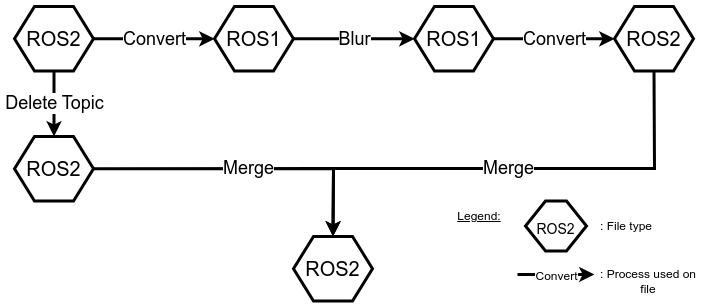
Earlier version of the draw.io export documentation/ros2_process.drawio.png (franzele21/ros_blur). Source tidied: cells renumbered, new cells last; positions are measured from the earlier drawing's top-left corner, leaving out a move shared by most shapes. The source it was exported from:
```xml
<mxGraphModel>
  <root>
    <mxCell id="0" />
    <mxCell id="1" parent="0" />
    <mxCell id="2" value="ROS2" style="shape=hexagon;perimeter=hexagonPerimeter2;whiteSpace=wrap;html=1;fixedSize=1;fontSize=20;strokeWidth=3;fontColor=#000000;strokeColor=#000000;" parent="1" vertex="1">
      <mxGeometry width="79" height="64.6" as="geometry" />
    </mxCell>
    <mxCell id="3" style="endArrow=classic;html=1;rounded=0;entryX=0;entryY=0.5;entryDx=0;entryDy=0;exitX=1;exitY=0.5;exitDx=0;exitDy=0;fontSize=18;strokeWidth=3;fontColor=#000000;strokeColor=#000000;" parent="1" edge="1" source="2" target="5">
      <mxGeometry relative="1" as="geometry" />
    </mxCell>
    <mxCell id="4" value="Convert" style="edgeLabel;html=1;align=center;verticalAlign=middle;fontSize=18;fontColor=#000000;" parent="3" vertex="1">
      <mxGeometry relative="1" as="geometry" />
    </mxCell>
    <mxCell id="5" value="ROS1" style="shape=hexagon;perimeter=hexagonPerimeter2;whiteSpace=wrap;html=1;fixedSize=1;fontSize=20;strokeWidth=3;fontColor=#000000;strokeColor=#000000;" parent="1" vertex="1">
      <mxGeometry x="200" width="79" height="64.6" as="geometry" />
    </mxCell>
    <mxCell id="6" value="ROS1" style="shape=hexagon;perimeter=hexagonPerimeter2;whiteSpace=wrap;html=1;fixedSize=1;fontSize=20;strokeWidth=3;fontColor=#000000;strokeColor=#000000;" parent="1" vertex="1">
      <mxGeometry x="400" width="79" height="64.6" as="geometry" />
    </mxCell>
    <mxCell id="7" value="ROS2" style="shape=hexagon;perimeter=hexagonPerimeter2;whiteSpace=wrap;html=1;fixedSize=1;fontSize=20;strokeWidth=3;fontColor=#000000;strokeColor=#000000;" parent="1" vertex="1">
      <mxGeometry x="600" width="79" height="64.6" as="geometry" />
    </mxCell>
    <mxCell id="8" style="endArrow=classic;html=1;rounded=0;exitX=1;exitY=0.5;exitDx=0;exitDy=0;entryX=0;entryY=0.5;entryDx=0;entryDy=0;fontSize=18;strokeWidth=3;fontColor=#000000;strokeColor=#000000;" parent="1" edge="1" source="5" target="6">
      <mxGeometry relative="1" as="geometry" />
    </mxCell>
    <mxCell id="9" value="Blur" style="edgeLabel;html=1;align=center;verticalAlign=middle;fontSize=18;fontColor=#000000;" parent="8" vertex="1">
      <mxGeometry relative="1" as="geometry" />
    </mxCell>
    <mxCell id="10" style="endArrow=classic;html=1;rounded=0;exitX=1;exitY=0.5;exitDx=0;exitDy=0;entryX=0;entryY=0.5;entryDx=0;entryDy=0;fontSize=18;strokeWidth=3;fontColor=#000000;strokeColor=#000000;" parent="1" edge="1" source="6" target="7">
      <mxGeometry relative="1" as="geometry" />
    </mxCell>
    <mxCell id="11" value="Convert" style="edgeLabel;html=1;align=center;verticalAlign=middle;fontSize=18;fontColor=#000000;" parent="10" vertex="1">
      <mxGeometry relative="1" as="geometry" />
    </mxCell>
    <mxCell id="12" value="ROS2" style="shape=hexagon;perimeter=hexagonPerimeter2;whiteSpace=wrap;html=1;fixedSize=1;fontSize=20;strokeWidth=3;fontColor=#000000;strokeColor=#000000;" parent="1" vertex="1">
      <mxGeometry x="279" y="230" width="79" height="64.6" as="geometry" />
    </mxCell>
    <mxCell id="13" style="endArrow=classic;html=1;rounded=0;exitX=0.5;exitY=1;exitDx=0;exitDy=0;entryX=0.5;entryY=0;entryDx=0;entryDy=0;fontSize=18;strokeWidth=3;fontColor=#000000;strokeColor=#000000;" parent="1" edge="1" source="7" target="12">
      <mxGeometry relative="1" as="geometry">
        <Array as="points">
          <mxPoint x="640" y="162" />
          <mxPoint x="319" y="162" />
        </Array>
      </mxGeometry>
    </mxCell>
    <mxCell id="14" value="Merge" style="edgeLabel;html=1;align=center;verticalAlign=middle;fontSize=18;fontColor=#000000;" parent="13" vertex="1">
      <mxGeometry relative="1" as="geometry" />
    </mxCell>
    <mxCell id="15" style="endArrow=classic;html=1;rounded=0;exitX=0.5;exitY=1;exitDx=0;exitDy=0;entryX=0.5;entryY=0;entryDx=0;entryDy=0;fontSize=18;strokeWidth=3;fontColor=#000000;strokeColor=#000000;" parent="1" edge="1" source="2" target="17">
      <mxGeometry relative="1" as="geometry" />
    </mxCell>
    <mxCell id="16" value="Delete Topic" style="edgeLabel;html=1;align=center;verticalAlign=middle;fontSize=18;fontColor=#000000;" parent="15" vertex="1">
      <mxGeometry relative="1" as="geometry" />
    </mxCell>
    <mxCell id="17" value="ROS2" style="shape=hexagon;perimeter=hexagonPerimeter2;whiteSpace=wrap;html=1;fixedSize=1;fontSize=20;strokeWidth=3;fontColor=#000000;strokeColor=#000000;" parent="1" vertex="1">
      <mxGeometry y="130" width="79" height="64.6" as="geometry" />
    </mxCell>
    <mxCell id="18" style="endArrow=classic;html=1;rounded=0;exitX=1;exitY=0.5;exitDx=0;exitDy=0;entryX=0.5;entryY=0;entryDx=0;entryDy=0;fontSize=18;strokeWidth=3;fontColor=#000000;strokeColor=#000000;" parent="1" edge="1" source="17" target="12">
      <mxGeometry relative="1" as="geometry">
        <Array as="points">
          <mxPoint x="319" y="162" />
        </Array>
      </mxGeometry>
    </mxCell>
    <mxCell id="19" value="Merge" style="edgeLabel;html=1;align=center;verticalAlign=middle;fontSize=18;fontColor=#000000;" parent="18" vertex="1">
      <mxGeometry relative="1" as="geometry" />
    </mxCell>
    <mxCell id="20" value="&lt;font style=&quot;font-size: 14px;&quot;&gt;ROS2&lt;/font&gt;" style="shape=hexagon;perimeter=hexagonPerimeter2;whiteSpace=wrap;html=1;fixedSize=1;fontSize=20;strokeWidth=3;fontColor=#000000;strokeColor=#000000;" parent="1" vertex="1">
      <mxGeometry x="511" y="194.6" width="61" height="49.9" as="geometry" />
    </mxCell>
    <mxCell id="21" value="&lt;u&gt;Legend:&lt;/u&gt;" style="text;html=1;align=center;verticalAlign=middle;whiteSpace=wrap;rounded=0;fontColor=#000000;" parent="1" vertex="1">
      <mxGeometry x="435" y="194.6" width="60" height="30" as="geometry" />
    </mxCell>
    <mxCell id="22" value=": File type" style="text;html=1;align=center;verticalAlign=middle;whiteSpace=wrap;rounded=0;fontColor=#000000;" parent="1" vertex="1">
      <mxGeometry x="582" y="204.5" width="60" height="30" as="geometry" />
    </mxCell>
    <mxCell id="23" style="endArrow=classic;html=1;rounded=0;fontSize=18;strokeWidth=3;fontColor=#000000;strokeColor=#000000;" parent="1" edge="1">
      <mxGeometry relative="1" as="geometry">
        <mxPoint x="503" y="268" as="sourcePoint" />
        <mxPoint x="580" y="268" as="targetPoint" />
      </mxGeometry>
    </mxCell>
    <mxCell id="24" value="&lt;font style=&quot;font-size: 12px;&quot;&gt;Convert&lt;/font&gt;" style="edgeLabel;html=1;align=center;verticalAlign=middle;fontSize=18;fontColor=#000000;" parent="23" vertex="1">
      <mxGeometry relative="1" as="geometry" />
    </mxCell>
    <mxCell id="25" value=": Process used on file" style="text;html=1;align=center;verticalAlign=middle;whiteSpace=wrap;rounded=0;fontColor=#000000;" parent="1" vertex="1">
      <mxGeometry x="582" y="260" width="104" height="30" as="geometry" />
    </mxCell>
  </root>
</mxGraphModel>
```
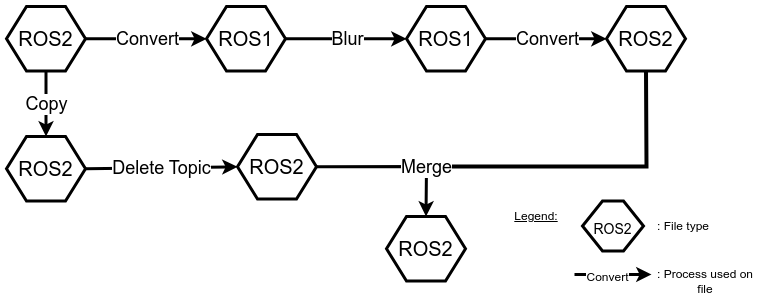
After the commit.

Commit message:
[FMU] ADDED: create a copy of the ROS2 bagfile

Change to the diagram source:
```diff
@@ -1,90 +1,100 @@
-<mxGraphModel>
+<mxGraphModel background="#ffffff">
   <root>
     <mxCell id="0" />
     <mxCell id="1" parent="0" />
+    <mxCell id="26" style="endArrow=none;html=1;rounded=0;entryX=0.5;entryY=1;entryDx=0;entryDy=0;strokeWidth=4;strokeColor=#000000;labelBackgroundColor=none;fontColor=#000000;" parent="1" edge="1" target="7">
+      <mxGeometry relative="1" as="geometry">
+        <mxPoint x="440" y="160" as="sourcePoint" />
+        <Array as="points">
+          <mxPoint x="640" y="160" />
+        </Array>
+      </mxGeometry>
+    </mxCell>
-    <mxCell id="2" value="ROS2" style="shape=hexagon;perimeter=hexagonPerimeter2;whiteSpace=wrap;html=1;fixedSize=1;fontSize=20;strokeWidth=3;fontColor=#000000;strokeColor=#000000;" parent="1" vertex="1">
+    <mxCell id="2" value="ROS2" style="shape=hexagon;perimeter=hexagonPerimeter2;whiteSpace=wrap;html=1;fixedSize=1;fontSize=20;strokeWidth=3;fontColor=#000000;strokeColor=#000000;labelBackgroundColor=none;fillColor=none;" parent="1" vertex="1">
       <mxGeometry width="79" height="64.6" as="geometry" />
     </mxCell>
-    <mxCell id="3" style="endArrow=classic;html=1;rounded=0;entryX=0;entryY=0.5;entryDx=0;entryDy=0;exitX=1;exitY=0.5;exitDx=0;exitDy=0;fontSize=18;strokeWidth=3;fontColor=#000000;strokeColor=#000000;" parent="1" edge="1" source="2" target="5">
+    <mxCell id="3" style="endArrow=classic;html=1;rounded=0;entryX=0;entryY=0.5;entryDx=0;entryDy=0;exitX=1;exitY=0.5;exitDx=0;exitDy=0;fontSize=18;strokeWidth=3;fontColor=#000000;strokeColor=#000000;labelBackgroundColor=none;" parent="1" edge="1" source="2" target="5">
       <mxGeometry relative="1" as="geometry" />
     </mxCell>
-    <mxCell id="4" value="Convert" style="edgeLabel;html=1;align=center;verticalAlign=middle;fontSize=18;fontColor=#000000;" parent="3" vertex="1">
+    <mxCell id="4" value="Convert" style="edgeLabel;html=1;align=center;verticalAlign=middle;fontSize=18;fontColor=#000000;labelBackgroundColor=#ffffff;" parent="3" vertex="1">
       <mxGeometry relative="1" as="geometry" />
     </mxCell>
-    <mxCell id="5" value="ROS1" style="shape=hexagon;perimeter=hexagonPerimeter2;whiteSpace=wrap;html=1;fixedSize=1;fontSize=20;strokeWidth=3;fontColor=#000000;strokeColor=#000000;" parent="1" vertex="1">
+    <mxCell id="5" value="ROS1" style="shape=hexagon;perimeter=hexagonPerimeter2;whiteSpace=wrap;html=1;fixedSize=1;fontSize=20;strokeWidth=3;fontColor=#000000;strokeColor=#000000;labelBackgroundColor=none;fillColor=none;" parent="1" vertex="1">
       <mxGeometry x="200" width="79" height="64.6" as="geometry" />
     </mxCell>
-    <mxCell id="6" value="ROS1" style="shape=hexagon;perimeter=hexagonPerimeter2;whiteSpace=wrap;html=1;fixedSize=1;fontSize=20;strokeWidth=3;fontColor=#000000;strokeColor=#000000;" parent="1" vertex="1">
+    <mxCell id="6" value="ROS1" style="shape=hexagon;perimeter=hexagonPerimeter2;whiteSpace=wrap;html=1;fixedSize=1;fontSize=20;strokeWidth=3;fontColor=#000000;strokeColor=#000000;labelBackgroundColor=none;fillColor=none;" parent="1" vertex="1">
       <mxGeometry x="400" width="79" height="64.6" as="geometry" />
     </mxCell>
-    <mxCell id="7" value="ROS2" style="shape=hexagon;perimeter=hexagonPerimeter2;whiteSpace=wrap;html=1;fixedSize=1;fontSize=20;strokeWidth=3;fontColor=#000000;strokeColor=#000000;" parent="1" vertex="1">
+    <mxCell id="7" value="ROS2" style="shape=hexagon;perimeter=hexagonPerimeter2;whiteSpace=wrap;html=1;fixedSize=1;fontSize=20;strokeWidth=3;fontColor=#000000;strokeColor=#000000;labelBackgroundColor=none;fillColor=none;" parent="1" vertex="1">
       <mxGeometry x="600" width="79" height="64.6" as="geometry" />
     </mxCell>
-    <mxCell id="8" style="endArrow=classic;html=1;rounded=0;exitX=1;exitY=0.5;exitDx=0;exitDy=0;entryX=0;entryY=0.5;entryDx=0;entryDy=0;fontSize=18;strokeWidth=3;fontColor=#000000;strokeColor=#000000;" parent="1" edge="1" source="5" target="6">
+    <mxCell id="8" style="endArrow=classic;html=1;rounded=0;exitX=1;exitY=0.5;exitDx=0;exitDy=0;entryX=0;entryY=0.5;entryDx=0;entryDy=0;fontSize=18;strokeWidth=3;fontColor=#000000;strokeColor=#000000;labelBackgroundColor=none;" parent="1" edge="1" source="5" target="6">
       <mxGeometry relative="1" as="geometry" />
     </mxCell>
-    <mxCell id="9" value="Blur" style="edgeLabel;html=1;align=center;verticalAlign=middle;fontSize=18;fontColor=#000000;" parent="8" vertex="1">
+    <mxCell id="9" value="Blur" style="edgeLabel;html=1;align=center;verticalAlign=middle;fontSize=18;fontColor=#000000;labelBackgroundColor=#ffffff;" parent="8" vertex="1">
       <mxGeometry relative="1" as="geometry" />
     </mxCell>
-    <mxCell id="10" style="endArrow=classic;html=1;rounded=0;exitX=1;exitY=0.5;exitDx=0;exitDy=0;entryX=0;entryY=0.5;entryDx=0;entryDy=0;fontSize=18;strokeWidth=3;fontColor=#000000;strokeColor=#000000;" parent="1" edge="1" source="6" target="7">
+    <mxCell id="10" style="endArrow=classic;html=1;rounded=0;exitX=1;exitY=0.5;exitDx=0;exitDy=0;entryX=0;entryY=0.5;entryDx=0;entryDy=0;fontSize=18;strokeWidth=3;fontColor=#000000;strokeColor=#000000;labelBackgroundColor=none;" parent="1" edge="1" source="6" target="7">
       <mxGeometry relative="1" as="geometry" />
     </mxCell>
-    <mxCell id="11" value="Convert" style="edgeLabel;html=1;align=center;verticalAlign=middle;fontSize=18;fontColor=#000000;" parent="10" vertex="1">
+    <mxCell id="11" value="Convert" style="edgeLabel;html=1;align=center;verticalAlign=middle;fontSize=18;fontColor=#000000;labelBackgroundColor=#ffffff;" parent="10" vertex="1">
       <mxGeometry relative="1" as="geometry" />
     </mxCell>
-    <mxCell id="12" value="ROS2" style="shape=hexagon;perimeter=hexagonPerimeter2;whiteSpace=wrap;html=1;fixedSize=1;fontSize=20;strokeWidth=3;fontColor=#000000;strokeColor=#000000;" parent="1" vertex="1">
-      <mxGeometry x="279" y="230" width="79" height="64.6" as="geometry" />
+    <mxCell id="12" value="ROS2" style="shape=hexagon;perimeter=hexagonPerimeter2;whiteSpace=wrap;html=1;fixedSize=1;fontSize=20;strokeWidth=3;fontColor=#000000;strokeColor=#000000;labelBackgroundColor=none;fillColor=none;" parent="1" vertex="1">
+      <mxGeometry x="380" y="210" width="79" height="64.6" as="geometry" />
     </mxCell>
-    <mxCell id="13" style="endArrow=classic;html=1;rounded=0;exitX=0.5;exitY=1;exitDx=0;exitDy=0;entryX=0.5;entryY=0;entryDx=0;entryDy=0;fontSize=18;strokeWidth=3;fontColor=#000000;strokeColor=#000000;" parent="1" edge="1" source="7" target="12">
-      <mxGeometry relative="1" as="geometry">
-        <Array as="points">
-          <mxPoint x="640" y="162" />
-          <mxPoint x="319" y="162" />
-        </Array>
-      </mxGeometry>
-    </mxCell>
-    <mxCell id="14" value="Merge" style="edgeLabel;html=1;align=center;verticalAlign=middle;fontSize=18;fontColor=#000000;" parent="13" vertex="1">
-      <mxGeometry relative="1" as="geometry" />
-    </mxCell>
-    <mxCell id="15" style="endArrow=classic;html=1;rounded=0;exitX=0.5;exitY=1;exitDx=0;exitDy=0;entryX=0.5;entryY=0;entryDx=0;entryDy=0;fontSize=18;strokeWidth=3;fontColor=#000000;strokeColor=#000000;" parent="1" edge="1" source="2" target="17">
+    <mxCell id="15" style="endArrow=classic;html=1;rounded=0;exitX=0.5;exitY=1;exitDx=0;exitDy=0;entryX=0.5;entryY=0;entryDx=0;entryDy=0;fontSize=18;strokeWidth=3;fontColor=#000000;strokeColor=#000000;labelBackgroundColor=none;" parent="1" edge="1" source="2" target="17">
       <mxGeometry relative="1" as="geometry" />
     </mxCell>
-    <mxCell id="16" value="Delete Topic" style="edgeLabel;html=1;align=center;verticalAlign=middle;fontSize=18;fontColor=#000000;" parent="15" vertex="1">
+    <mxCell id="16" value="Copy" style="edgeLabel;html=1;align=center;verticalAlign=middle;fontSize=18;fontColor=#000000;labelBackgroundColor=#ffffff;" parent="15" vertex="1">
       <mxGeometry relative="1" as="geometry" />
     </mxCell>
-    <mxCell id="17" value="ROS2" style="shape=hexagon;perimeter=hexagonPerimeter2;whiteSpace=wrap;html=1;fixedSize=1;fontSize=20;strokeWidth=3;fontColor=#000000;strokeColor=#000000;" parent="1" vertex="1">
+    <mxCell id="17" value="ROS2" style="shape=hexagon;perimeter=hexagonPerimeter2;whiteSpace=wrap;html=1;fixedSize=1;fontSize=20;strokeWidth=3;fontColor=#000000;strokeColor=#000000;labelBackgroundColor=none;fillColor=none;" parent="1" vertex="1">
       <mxGeometry y="130" width="79" height="64.6" as="geometry" />
     </mxCell>
-    <mxCell id="18" style="endArrow=classic;html=1;rounded=0;exitX=1;exitY=0.5;exitDx=0;exitDy=0;entryX=0.5;entryY=0;entryDx=0;entryDy=0;fontSize=18;strokeWidth=3;fontColor=#000000;strokeColor=#000000;" parent="1" edge="1" source="17" target="12">
+    <mxCell id="18" style="endArrow=classic;html=1;rounded=0;exitX=1;exitY=0.5;exitDx=0;exitDy=0;entryX=0.5;entryY=0;entryDx=0;entryDy=0;fontSize=18;strokeWidth=3;fontColor=#000000;strokeColor=#000000;labelBackgroundColor=none;" parent="1" edge="1" source="27" target="12">
       <mxGeometry relative="1" as="geometry">
         <Array as="points">
-          <mxPoint x="319" y="162" />
+          <mxPoint x="420" y="160" />
         </Array>
       </mxGeometry>
     </mxCell>
-    <mxCell id="19" value="Merge" style="edgeLabel;html=1;align=center;verticalAlign=middle;fontSize=18;fontColor=#000000;" parent="18" vertex="1">
-      <mxGeometry relative="1" as="geometry" />
+    <mxCell id="19" value="Merge" style="edgeLabel;html=1;align=center;verticalAlign=middle;fontSize=18;fontColor=#000000;labelBackgroundColor=#ffffff;" parent="18" vertex="1">
+      <mxGeometry relative="1" as="geometry">
+        <mxPoint x="30" as="offset" />
+      </mxGeometry>
     </mxCell>
-    <mxCell id="20" value="&lt;font style=&quot;font-size: 14px;&quot;&gt;ROS2&lt;/font&gt;" style="shape=hexagon;perimeter=hexagonPerimeter2;whiteSpace=wrap;html=1;fixedSize=1;fontSize=20;strokeWidth=3;fontColor=#000000;strokeColor=#000000;" parent="1" vertex="1">
-      <mxGeometry x="511" y="194.6" width="61" height="49.9" as="geometry" />
+    <mxCell id="20" value="&lt;font style=&quot;font-size: 14px;&quot;&gt;ROS2&lt;/font&gt;" style="shape=hexagon;perimeter=hexagonPerimeter2;whiteSpace=wrap;html=1;fixedSize=1;fontSize=20;strokeWidth=3;fontColor=#000000;strokeColor=#000000;labelBackgroundColor=none;fillColor=none;" parent="1" vertex="1">
+      <mxGeometry x="576" y="194.6" width="61" height="49.9" as="geometry" />
     </mxCell>
-    <mxCell id="21" value="&lt;u&gt;Legend:&lt;/u&gt;" style="text;html=1;align=center;verticalAlign=middle;whiteSpace=wrap;rounded=0;fontColor=#000000;" parent="1" vertex="1">
-      <mxGeometry x="435" y="194.6" width="60" height="30" as="geometry" />
+    <mxCell id="21" value="&lt;u&gt;Legend:&lt;/u&gt;" style="text;html=1;align=center;verticalAlign=middle;whiteSpace=wrap;rounded=0;fontColor=#000000;labelBackgroundColor=none;" parent="1" vertex="1">
+      <mxGeometry x="500" y="194.6" width="60" height="30" as="geometry" />
     </mxCell>
-    <mxCell id="22" value=": File type" style="text;html=1;align=center;verticalAlign=middle;whiteSpace=wrap;rounded=0;fontColor=#000000;" parent="1" vertex="1">
-      <mxGeometry x="582" y="204.5" width="60" height="30" as="geometry" />
+    <mxCell id="22" value=": File type" style="text;html=1;align=center;verticalAlign=middle;whiteSpace=wrap;rounded=0;fontColor=#000000;labelBackgroundColor=none;" parent="1" vertex="1">
+      <mxGeometry x="647" y="204.5" width="60" height="30" as="geometry" />
     </mxCell>
-    <mxCell id="23" style="endArrow=classic;html=1;rounded=0;fontSize=18;strokeWidth=3;fontColor=#000000;strokeColor=#000000;" parent="1" edge="1">
+    <mxCell id="23" style="endArrow=classic;html=1;rounded=0;fontSize=18;strokeWidth=3;fontColor=#000000;strokeColor=#000000;labelBackgroundColor=none;" parent="1" edge="1">
       <mxGeometry relative="1" as="geometry">
-        <mxPoint x="503" y="268" as="sourcePoint" />
-        <mxPoint x="580" y="268" as="targetPoint" />
+        <mxPoint x="568" y="268" as="sourcePoint" />
+        <mxPoint x="645" y="268" as="targetPoint" />
       </mxGeometry>
     </mxCell>
-    <mxCell id="24" value="&lt;font style=&quot;font-size: 12px;&quot;&gt;Convert&lt;/font&gt;" style="edgeLabel;html=1;align=center;verticalAlign=middle;fontSize=18;fontColor=#000000;" parent="23" vertex="1">
-      <mxGeometry relative="1" as="geometry" />
+    <mxCell id="24" value="&lt;font style=&quot;font-size: 12px;&quot;&gt;Convert&lt;/font&gt;" style="edgeLabel;html=1;align=center;verticalAlign=middle;fontSize=18;fontColor=#000000;labelBackgroundColor=#ffffff;" parent="23" vertex="1">
+      <mxGeometry relative="1" as="geometry">
+        <mxPoint x="-7" as="offset" />
+      </mxGeometry>
     </mxCell>
-    <mxCell id="25" value=": Process used on file" style="text;html=1;align=center;verticalAlign=middle;whiteSpace=wrap;rounded=0;fontColor=#000000;" parent="1" vertex="1">
-      <mxGeometry x="582" y="260" width="104" height="30" as="geometry" />
+    <mxCell id="25" value=": Process used on file" style="text;html=1;align=center;verticalAlign=middle;whiteSpace=wrap;rounded=0;fontColor=#000000;labelBackgroundColor=none;" parent="1" vertex="1">
+      <mxGeometry x="647" y="260" width="104" height="30" as="geometry" />
     </mxCell>
+    <mxCell id="27" value="ROS2" style="shape=hexagon;perimeter=hexagonPerimeter2;whiteSpace=wrap;html=1;fixedSize=1;fontSize=20;strokeWidth=3;fontColor=#000000;strokeColor=#000000;labelBackgroundColor=none;fillColor=none;" parent="1" vertex="1">
+      <mxGeometry x="231" y="128" width="79" height="64.6" as="geometry" />
+    </mxCell>
+    <mxCell id="28" style="endArrow=classic;html=1;rounded=0;exitX=1;exitY=0.5;exitDx=0;exitDy=0;entryX=0;entryY=0.5;entryDx=0;entryDy=0;fontSize=18;strokeWidth=3;fontColor=#000000;strokeColor=#000000;labelBackgroundColor=none;" parent="1" edge="1" source="17" target="27">
+      <mxGeometry relative="1" as="geometry" />
+    </mxCell>
+    <mxCell id="29" value="Delete Topic" style="edgeLabel;html=1;align=center;verticalAlign=middle;fontSize=18;fontColor=#000000;labelBackgroundColor=#ffffff;" parent="28" vertex="1">
+      <mxGeometry relative="1" as="geometry" />
+    </mxCell>
   </root>
 </mxGraphModel>
```
